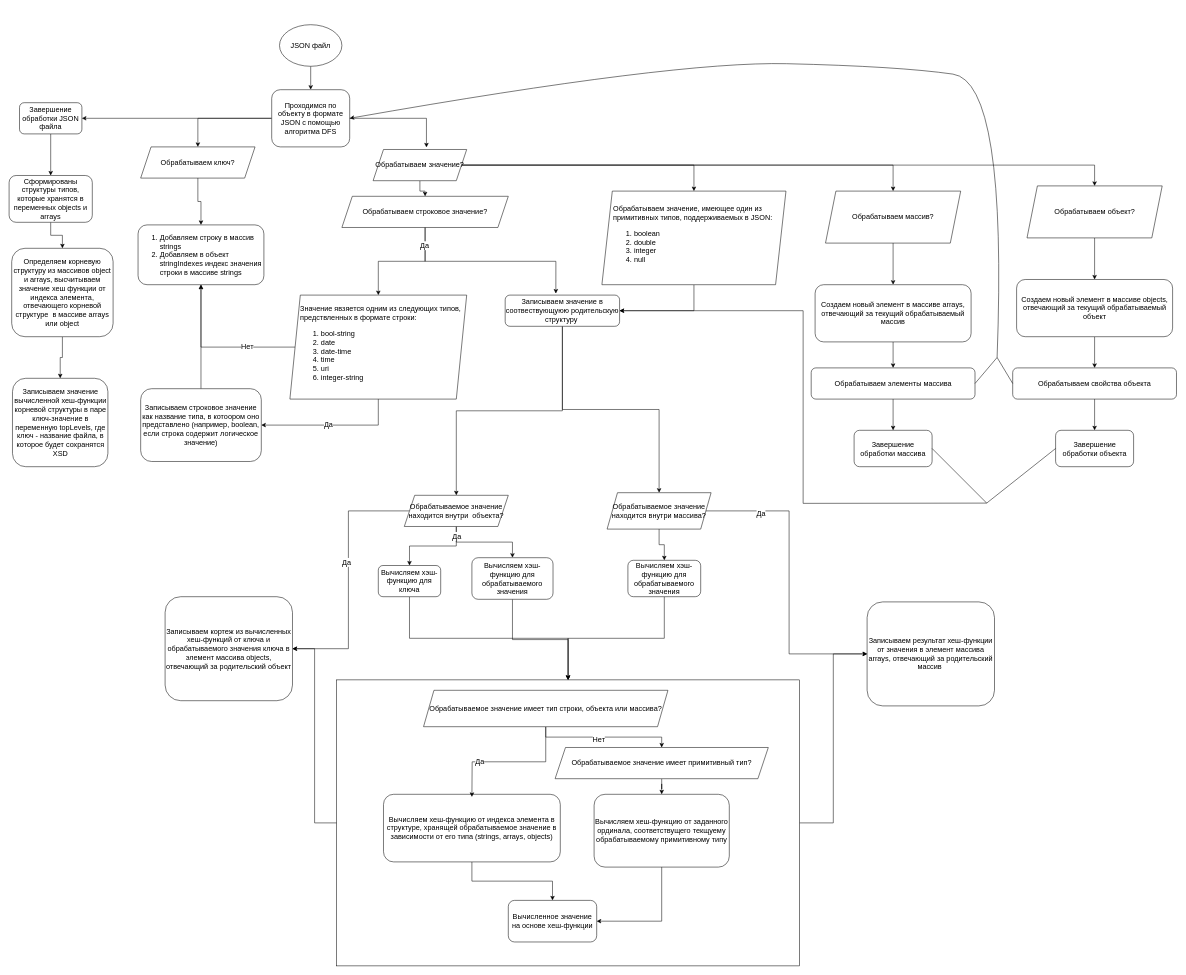
Above: doc/Формирование входных данных для создания графа типов.drawio in mrsadman99/quicktypeJsonToJsonSchema (draw.io), before the change. Source tidied: cells renumbered, new cells numbered last; positions are measured from the earlier drawing's top-left corner, leaving out a move shared by most shapes. Both pictures are drawn from the tidied source at 52%, with x=0, y=0 at pixel (9, 24).
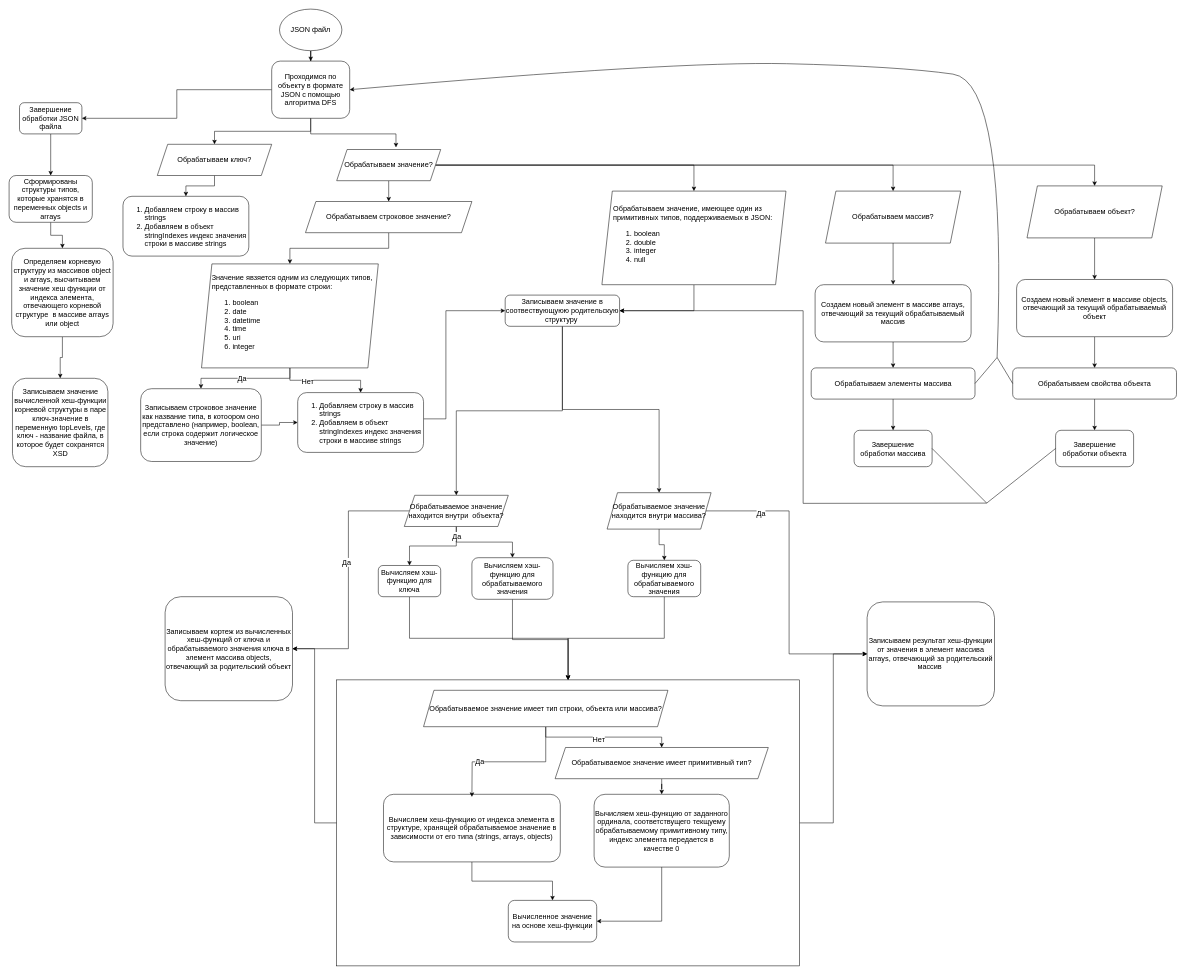
Above is the later version.

The change refers to these unchanged cells:
```xml
<mxCell id="39" value="Записываем строковое значение как название типа, в котоором оно представлено (например, boolean, если строка содержит логическое значение)" style="rounded=1;whiteSpace=wrap;html=1;fontSize=14;" parent="1" vertex="1">
  <mxGeometry x="253" y="700" width="232" height="140" as="geometry" />
</mxCell>
<mxCell id="53" value="Записываем значение в соотвествующуюю родительскую структуру&amp;nbsp;" style="rounded=1;whiteSpace=wrap;html=1;fontSize=14;" parent="1" vertex="1">
  <mxGeometry x="954" y="520" width="220" height="60" as="geometry" />
</mxCell>
```

The edit, as a diff of the source:
```diff
@@
     <mxCell id="6" value="JSON файл" style="ellipse;whiteSpace=wrap;html=1;fontSize=14;" parent="1" vertex="1">
-      <mxGeometry x="520" width="120" height="80" as="geometry" />
+      <mxGeometry x="520" y="-30" width="120" height="80" as="geometry" />
     </mxCell>
@@
     <mxCell id="9" value="Проходимся по объекту в формате JSON с помощью алгоритма DFS" style="rounded=1;whiteSpace=wrap;html=1;fontSize=14;" parent="1" vertex="1">
-      <mxGeometry x="505" y="125" width="150" height="110" as="geometry" />
+      <mxGeometry x="505" y="70" width="150" height="110" as="geometry" />
     </mxCell>
@@
     <mxCell id="23" value="Обрабатываем строковое значение?" style="shape=parallelogram;perimeter=parallelogramPerimeter;whiteSpace=wrap;html=1;fixedSize=1;fontSize=14;" parent="1" vertex="1">
-      <mxGeometry x="640" y="330" width="320" height="60" as="geometry" />
+      <mxGeometry x="570" y="340" width="320" height="60" as="geometry" />
     </mxCell>
     <mxCell id="24" value="&lt;ol style=&quot;font-size: 14px;&quot;&gt;&lt;li style=&quot;font-size: 14px;&quot;&gt;Добавляем строку в массив strings&lt;/li&gt;&lt;li style=&quot;font-size: 14px;&quot;&gt;Добавляем в объект stringIndexes индекс значения строки в массиве strings&lt;/li&gt;&lt;/ol&gt;" style="rounded=1;whiteSpace=wrap;html=1;align=left;fontSize=14;" parent="1" vertex="1">
-      <mxGeometry x="248" y="385" width="242" height="115" as="geometry" />
+      <mxGeometry x="219" y="330" width="242" height="115" as="geometry" />
     </mxCell>
@@
     <mxCell id="26" value="Обрабатываем ключ?" style="shape=parallelogram;perimeter=parallelogramPerimeter;whiteSpace=wrap;html=1;fixedSize=1;fontSize=14;" parent="1" vertex="1">
-      <mxGeometry x="253" y="235" width="220" height="60" as="geometry" />
+      <mxGeometry x="285" y="230" width="220" height="60" as="geometry" />
     </mxCell>
@@
     <mxCell id="31" value="Обрабатываем значение?" style="shape=parallelogram;perimeter=parallelogramPerimeter;whiteSpace=wrap;html=1;fixedSize=1;fontSize=14;" parent="1" vertex="1">
-      <mxGeometry x="700" y="240" width="180" height="60" as="geometry" />
+      <mxGeometry x="630" y="240" width="200" height="60" as="geometry" />
     </mxCell>
@@
-    <mxCell id="33" style="edgeStyle=orthogonalEdgeStyle;rounded=0;jettySize=auto;html=1;entryX=0.5;entryY=1;entryDx=0;entryDy=0;fontSize=14;" parent="1" edge="1" source="37" target="24">
+    <mxCell id="33" style="edgeStyle=orthogonalEdgeStyle;rounded=0;jettySize=auto;html=1;fontSize=14;" parent="1" edge="1" source="37" target="92">
       <mxGeometry relative="1" as="geometry" />
     </mxCell>
@@
-    <mxCell id="37" value="&lt;div style=&quot;font-size: 14px;&quot;&gt;&lt;span style=&quot;background-color: initial; font-size: 14px;&quot;&gt;Значение явзяется одним из следующих типов, предствленных в формате строки:&lt;/span&gt;&lt;/div&gt;&lt;div style=&quot;font-size: 14px;&quot;&gt;&lt;ol style=&quot;font-size: 14px;&quot;&gt;&lt;li style=&quot;font-size: 14px;&quot;&gt;bool-string&lt;/li&gt;&lt;li style=&quot;font-size: 14px;&quot;&gt;date&lt;/li&gt;&lt;li style=&quot;font-size: 14px;&quot;&gt;date-time&lt;/li&gt;&lt;li style=&quot;font-size: 14px;&quot;&gt;time&lt;/li&gt;&lt;li style=&quot;font-size: 14px;&quot;&gt;uri&lt;/li&gt;&lt;li style=&quot;font-size: 14px;&quot;&gt;integer-string&lt;br style=&quot;font-size: 14px;&quot;&gt;&lt;/li&gt;&lt;/ol&gt;&lt;/div&gt;" style="shape=parallelogram;perimeter=parallelogramPerimeter;whiteSpace=wrap;html=1;fixedSize=1;align=left;spacingLeft=18;fontSize=14;" parent="1" vertex="1">
-      <mxGeometry x="540" y="520" width="340" height="200" as="geometry" />
+    <mxCell id="37" value="&lt;div style=&quot;font-size: 14px;&quot;&gt;&lt;span style=&quot;background-color: initial; font-size: 14px;&quot;&gt;Значение явзяется одним из следующих типов, представленных в формате строки:&lt;/span&gt;&lt;/div&gt;&lt;div style=&quot;font-size: 14px;&quot;&gt;&lt;ol style=&quot;font-size: 14px;&quot;&gt;&lt;li style=&quot;font-size: 14px;&quot;&gt;boolean&lt;/li&gt;&lt;li style=&quot;font-size: 14px;&quot;&gt;date&lt;/li&gt;&lt;li style=&quot;font-size: 14px;&quot;&gt;datetime&lt;/li&gt;&lt;li style=&quot;font-size: 14px;&quot;&gt;time&lt;/li&gt;&lt;li style=&quot;font-size: 14px;&quot;&gt;uri&lt;/li&gt;&lt;li style=&quot;font-size: 14px;&quot;&gt;integer&lt;br style=&quot;font-size: 14px;&quot;&gt;&lt;/li&gt;&lt;/ol&gt;&lt;/div&gt;" style="shape=parallelogram;perimeter=parallelogramPerimeter;whiteSpace=wrap;html=1;fixedSize=1;align=left;spacingLeft=18;fontSize=14;" parent="1" vertex="1">
+      <mxGeometry x="370" y="460" width="340" height="200" as="geometry" />
     </mxCell>
-    <mxCell id="38" style="edgeStyle=orthogonalEdgeStyle;rounded=0;jettySize=auto;html=1;entryX=0.5;entryY=1;entryDx=0;entryDy=0;fontSize=14;" parent="1" edge="1" source="39" target="24">
-      <mxGeometry relative="1" as="geometry" />
-    </mxCell>
+    <mxCell id="90" style="edgeStyle=orthogonalEdgeStyle;rounded=0;jettySize=auto;html=1;entryX=0;entryY=0.5;entryDx=0;entryDy=0;" parent="1" edge="1" source="39" target="92">
+      <mxGeometry relative="1" as="geometry" />
+    </mxCell>
@@
-    <mxCell id="46" value="Вычисляем хеш-функцию от заданного ординала, соответствущего текщуему обрабатываемому примитивному типу" style="rounded=1;whiteSpace=wrap;html=1;fontSize=14;" parent="1" vertex="1">
+    <mxCell id="46" value="Вычисляем хеш-функцию от заданного ординала, соответствущего текщуему обрабатываемому примитивному типу, индекс элемента передается в качестве 0" style="rounded=1;whiteSpace=wrap;html=1;fontSize=14;" parent="1" vertex="1">
       <mxGeometry x="1125" y="1480" width="260" height="140" as="geometry" />
     </mxCell>
@@
-    <mxCell id="61" style="edgeStyle=orthogonalEdgeStyle;rounded=0;jettySize=auto;html=1;entryX=0.443;entryY=-0.05;entryDx=0;entryDy=0;entryPerimeter=0;fontSize=14;" parent="1" edge="1" source="23" target="53">
-      <mxGeometry relative="1" as="geometry" />
-    </mxCell>
-    <mxCell id="62" value="Да" style="edgeLabel;html=1;align=center;verticalAlign=middle;fontSize=14;" parent="61" vertex="1">
-      <mxGeometry x="-0.82" y="-2" relative="1" as="geometry" />
-    </mxCell>
@@
+    <mxCell id="91" style="edgeStyle=orthogonalEdgeStyle;rounded=0;jettySize=auto;html=1;entryX=0;entryY=0.5;entryDx=0;entryDy=0;" parent="1" edge="1" source="92" target="53">
+      <mxGeometry relative="1" as="geometry">
+        <Array as="points">
+          <mxPoint x="840" y="758" />
+          <mxPoint x="840" y="550" />
+        </Array>
+      </mxGeometry>
+    </mxCell>
+    <mxCell id="92" value="&lt;ol style=&quot;font-size: 14px;&quot;&gt;&lt;li style=&quot;font-size: 14px;&quot;&gt;Добавляем строку в массив strings&lt;/li&gt;&lt;li style=&quot;font-size: 14px;&quot;&gt;Добавляем в объект stringIndexes индекс значения строки в массиве strings&lt;/li&gt;&lt;/ol&gt;" style="rounded=1;whiteSpace=wrap;html=1;align=left;fontSize=14;" parent="1" vertex="1">
+      <mxGeometry x="555" y="707.5" width="242" height="115" as="geometry" />
+    </mxCell>
```
